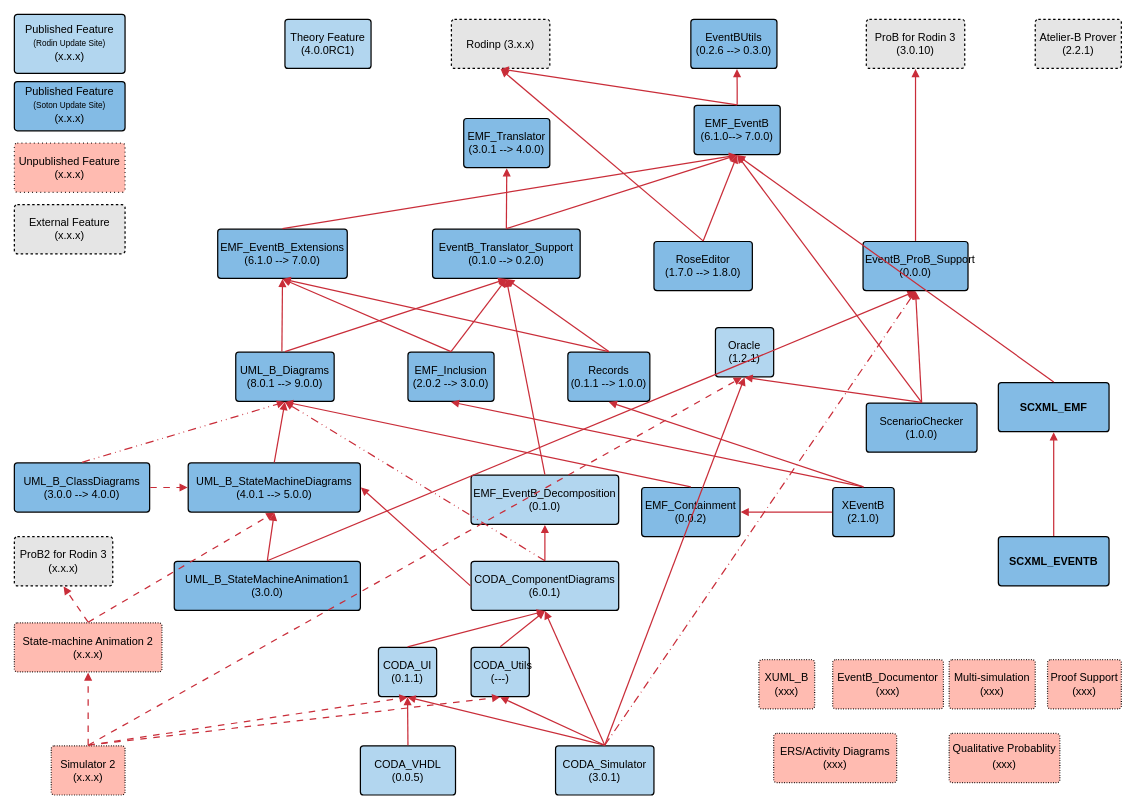
The draw.io diagram diagrams/Rodin Features.drawio in eventB-Soton/DevelopmentProcedures, before the edit. Source tidied: cells renumbered, new cells numbered last; positions are measured from the earlier drawing's top-left corner, leaving out a move shared by most shapes. Both pictures are drawn from the tidied source at 82%, with x=0, y=0 at pixel (14, 14).
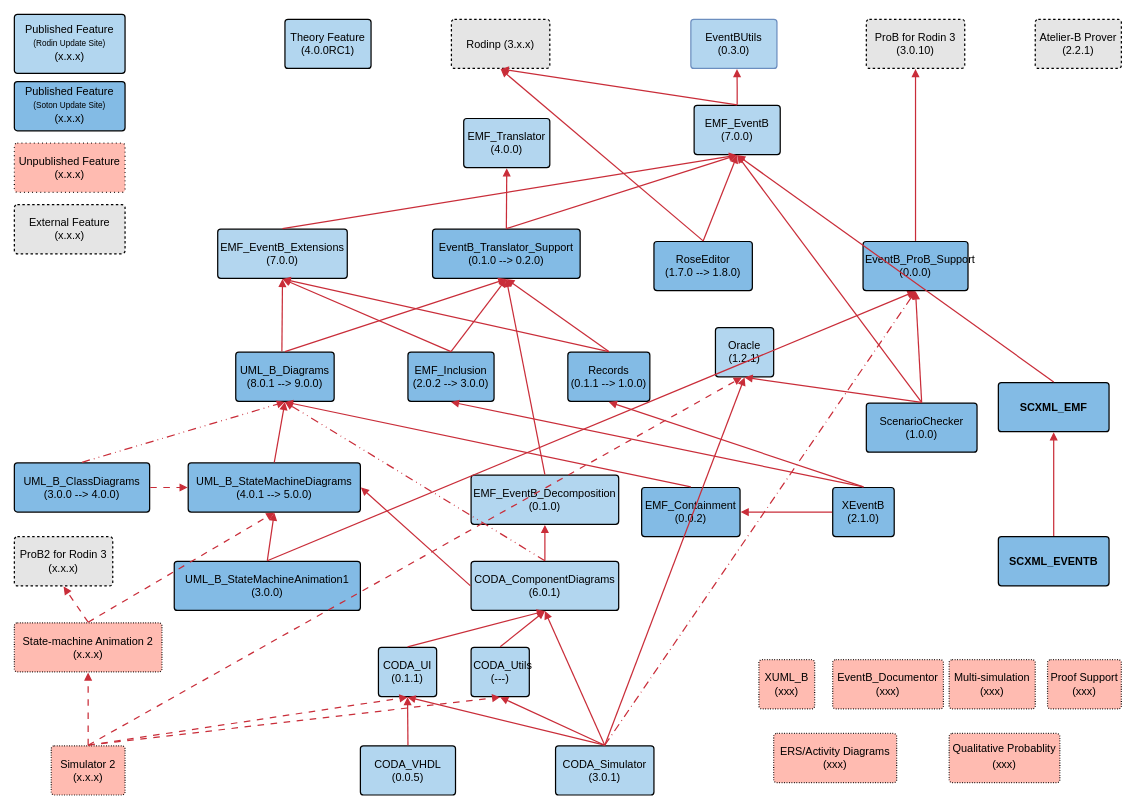
Above is the later version.

What changed in the source:
```diff
@@
-    <mxCell id="2" value="EventBUtils (0.2.6 --&amp;gt; 0.3.0)" style="html=1;overflow=block;blockSpacing=1;whiteSpace=wrap;fontSize=13.3;fontColor=default;spacing=3.8;strokeOpacity=100;fillOpacity=100;rounded=1;absoluteArcSize=1;arcSize=7.5;fillColor=#83bbe5;strokeWidth=1.5;" parent="1" vertex="1">
+    <mxCell id="2" value="EventBUtils&lt;br&gt;(0.3.0)" style="html=1;overflow=block;blockSpacing=1;whiteSpace=wrap;fontSize=13.3;spacing=3.8;strokeOpacity=100;fillOpacity=100;rounded=1;absoluteArcSize=1;arcSize=7.5;fillColor=#b3d6ef;strokeWidth=1.5;strokeColor=#6c8ebf;" parent="1" vertex="1">
       <mxGeometry x="825" y="6" width="105" height="60" as="geometry" />
     </mxCell>
-    <mxCell id="3" value="EMF_EventB&lt;br&gt;(6.1.0--&amp;gt; 7.0.0)" style="html=1;overflow=block;blockSpacing=1;whiteSpace=wrap;fontSize=13.3;fontColor=default;spacing=3.8;strokeOpacity=100;fillOpacity=100;rounded=1;absoluteArcSize=1;arcSize=7.5;fillColor=#83bbe5;strokeWidth=1.5;" parent="1" vertex="1">
+    <mxCell id="3" value="EMF_EventB&lt;br&gt;(7.0.0)" style="html=1;overflow=block;blockSpacing=1;whiteSpace=wrap;fontSize=13.3;fontColor=default;spacing=3.8;strokeOpacity=100;fillOpacity=100;rounded=1;absoluteArcSize=1;arcSize=7.5;fillColor=#b3d6ef;strokeWidth=1.5;" parent="1" vertex="1">
       <mxGeometry x="829" y="111" width="105" height="60" as="geometry" />
     </mxCell>
-    <mxCell id="4" value="EMF_Translator (3.0.1 --&amp;gt; 4.0.0)" style="html=1;overflow=block;blockSpacing=1;whiteSpace=wrap;fontSize=13.3;fontColor=default;spacing=3.8;strokeOpacity=100;fillOpacity=100;rounded=1;absoluteArcSize=1;arcSize=7.5;fillColor=#83bbe5;strokeWidth=1.5;" parent="1" vertex="1">
+    <mxCell id="4" value="EMF_Translator (4.0.0)" style="html=1;overflow=block;blockSpacing=1;whiteSpace=wrap;fontSize=13.3;fontColor=default;spacing=3.8;strokeOpacity=100;fillOpacity=100;rounded=1;absoluteArcSize=1;arcSize=7.5;fillColor=#b3d6ef;strokeWidth=1.5;" parent="1" vertex="1">
       <mxGeometry x="548" y="127" width="105" height="60" as="geometry" />
     </mxCell>
-    <mxCell id="5" value="EMF_EventB_Extensions (6.1.0 --&amp;gt; 7.0.0)" style="html=1;overflow=block;blockSpacing=1;whiteSpace=wrap;fontSize=13.3;fontColor=default;spacing=3.8;strokeOpacity=100;fillOpacity=100;rounded=1;absoluteArcSize=1;arcSize=7.5;fillColor=#83bbe5;strokeWidth=1.5;" parent="1" vertex="1">
+    <mxCell id="5" value="EMF_EventB_Extensions (7.0.0)" style="html=1;overflow=block;blockSpacing=1;whiteSpace=wrap;fontSize=13.3;fontColor=default;spacing=3.8;strokeOpacity=100;fillOpacity=100;rounded=1;absoluteArcSize=1;arcSize=7.5;fillColor=#b3d6ef;strokeWidth=1.5;" parent="1" vertex="1">
       <mxGeometry x="248" y="262" width="158" height="60" as="geometry" />
     </mxCell>
```
